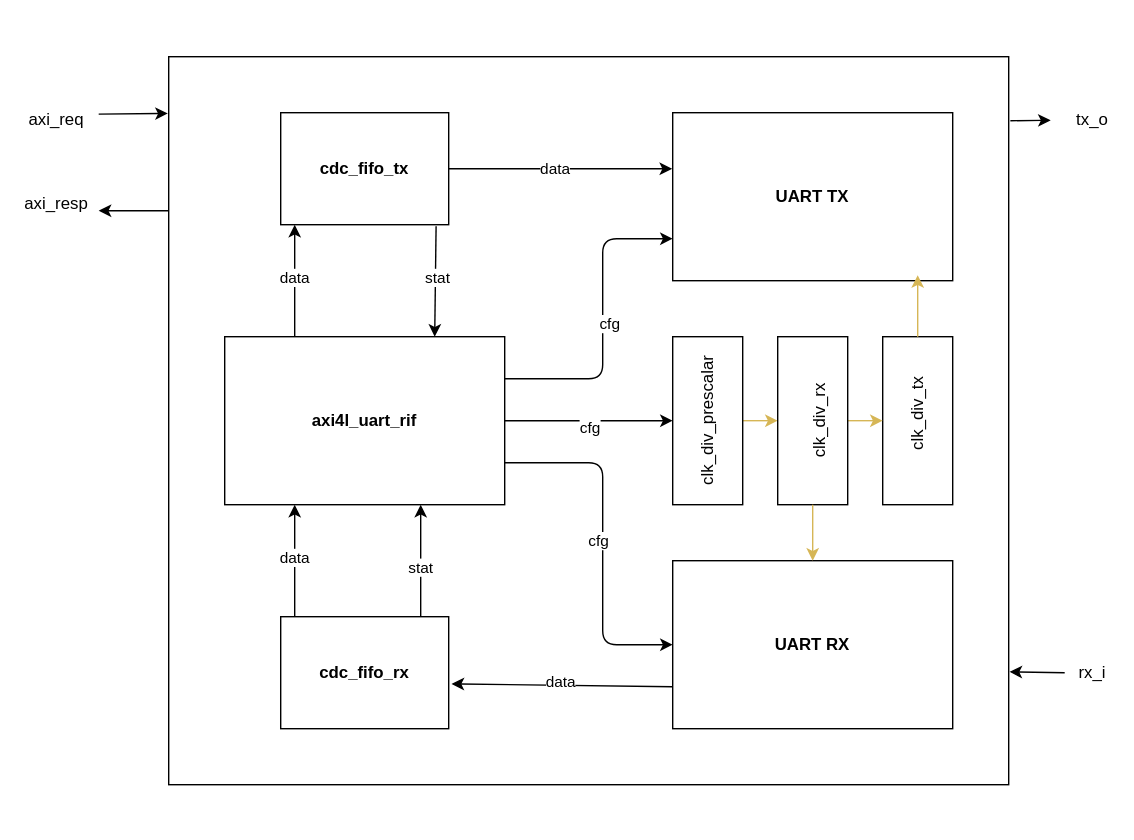
ADN-VLSI/SC-SoC keeps this draw.io diagram as document/uart_subsystem_topview.svg. Above is the earlier version. Source tidied: cells renumbered, new cells last; positions are measured from the earlier drawing's top-left corner, leaving out a move shared by most shapes.
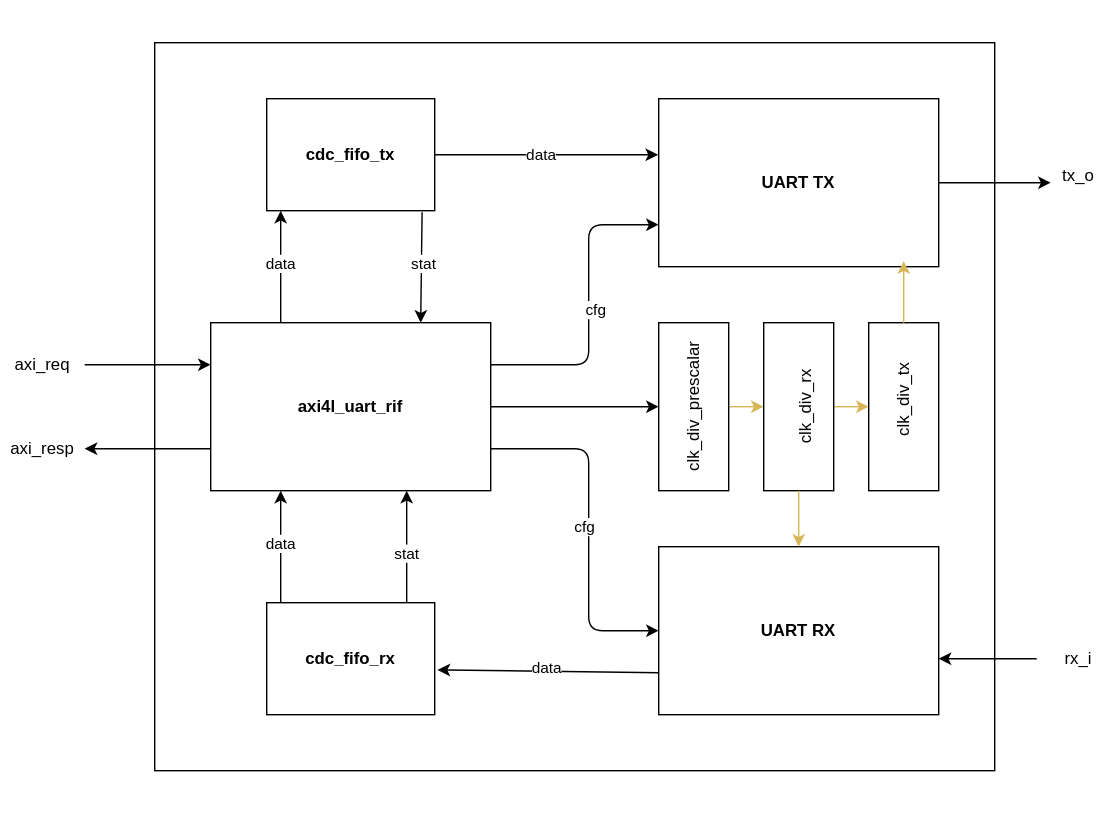
After the change.

Diff of the diagram source:
```diff
@@ -3,11 +3,14 @@
     <mxCell id="0" />
     <mxCell id="1" parent="0" />
     <mxCell id="2" style="rounded=0;whiteSpace=wrap;html=1;strokeColor=none;" parent="1" vertex="1">
-      <mxGeometry width="800" height="600" as="geometry" />
+      <mxGeometry x="10" y="10" width="800" height="600" as="geometry" />
     </mxCell>
     <mxCell id="3" style="rounded=0;whiteSpace=wrap;html=1;" parent="1" vertex="1">
       <mxGeometry x="120" y="40" width="600" height="520" as="geometry" />
     </mxCell>
+    <mxCell id="45" style="edgeStyle=none;html=1;exitX=0;exitY=0.75;exitDx=0;exitDy=0;entryX=1;entryY=0.5;entryDx=0;entryDy=0;" parent="1" edge="1" source="4" target="36">
+      <mxGeometry relative="1" as="geometry" />
+    </mxCell>
     <mxCell id="4" value="&lt;b&gt;axi4l_uart_rif&lt;/b&gt;" style="rounded=0;whiteSpace=wrap;html=1;" parent="1" vertex="1">
       <mxGeometry x="160" y="240" width="200" height="120" as="geometry" />
     </mxCell>
@@ -61,12 +64,6 @@
     <mxCell id="18" value="stat" style="edgeLabel;html=1;align=center;verticalAlign=middle;" parent="17" vertex="1">
       <mxGeometry x="-0.1" y="1" relative="1" as="geometry" />
     </mxCell>
-    <mxCell id="19" style="endArrow=classic;html=1;exitX=1;exitY=0.5;exitDx=0;exitDy=0;entryX=0;entryY=0.5;entryDx=0;entryDy=0;" parent="1" edge="1" source="4" target="10">
-      <mxGeometry relative="1" as="geometry" />
-    </mxCell>
-    <mxCell id="20" value="cfg" style="edgeLabel;html=1;align=center;verticalAlign=middle;" parent="19" vertex="1">
-      <mxGeometry y="-4" relative="1" as="geometry" />
-    </mxCell>
     <mxCell id="21" style="endArrow=classic;html=1;exitX=1;exitY=0.25;exitDx=0;exitDy=0;entryX=0;entryY=0.75;entryDx=0;entryDy=0;" parent="1" edge="1" source="4" target="6">
       <mxGeometry relative="1" as="geometry">
         <Array as="points">
@@ -114,34 +111,25 @@
     <mxCell id="32" style="endArrow=classic;html=1;exitX=0.5;exitY=1;exitDx=0;exitDy=0;entryX=0.5;entryY=0;entryDx=0;entryDy=0;fillColor=#fff2cc;strokeColor=#d6b656;" parent="1" edge="1" source="31" target="8">
       <mxGeometry relative="1" as="geometry" />
     </mxCell>
-    <mxCell id="33" style="endArrow=classic;html=1;entryX=-0.001;entryY=0.078;entryDx=0;entryDy=0;entryPerimeter=0;" parent="1" edge="1" target="3">
-      <mxGeometry relative="1" as="geometry">
-        <mxPoint x="70" y="81" as="sourcePoint" />
-      </mxGeometry>
-    </mxCell>
-    <mxCell id="34" style="endArrow=classic;html=1;" parent="1" edge="1">
-      <mxGeometry relative="1" as="geometry">
-        <mxPoint x="120" y="150" as="sourcePoint" />
-        <mxPoint x="70" y="150" as="targetPoint" />
-      </mxGeometry>
-    </mxCell>
+    <mxCell id="46" style="edgeStyle=none;html=1;entryX=0;entryY=0.25;entryDx=0;entryDy=0;" parent="1" edge="1" source="35" target="4">
+      <mxGeometry relative="1" as="geometry" />
+    </mxCell>
     <mxCell id="35" value="axi_req" style="text;html=1;align=center;verticalAlign=middle;whiteSpace=wrap;rounded=0;" parent="1" vertex="1">
-      <mxGeometry x="10" y="70" width="60" height="30" as="geometry" />
+      <mxGeometry x="10" y="255" width="60" height="30" as="geometry" />
     </mxCell>
     <mxCell id="36" value="axi_resp" style="text;html=1;align=center;verticalAlign=middle;whiteSpace=wrap;rounded=0;" parent="1" vertex="1">
-      <mxGeometry x="10" y="130" width="60" height="30" as="geometry" />
+      <mxGeometry x="10" y="315" width="60" height="30" as="geometry" />
     </mxCell>
     <mxCell id="37" value="tx_o" style="text;html=1;align=center;verticalAlign=middle;whiteSpace=wrap;rounded=0;" parent="1" vertex="1">
-      <mxGeometry x="750" y="70" width="60" height="30" as="geometry" />
+      <mxGeometry x="750" y="120" width="60" height="30" as="geometry" />
     </mxCell>
-    <mxCell id="38" style="endArrow=classic;html=1;exitX=1.002;exitY=0.088;exitDx=0;exitDy=0;exitPerimeter=0;" parent="1" edge="1" source="3" target="37">
-      <mxGeometry relative="1" as="geometry" />
-    </mxCell>
-    <mxCell id="39" style="endArrow=classic;html=1;entryX=1.001;entryY=0.845;entryDx=0;entryDy=0;entryPerimeter=0;" parent="1" edge="1" target="3">
-      <mxGeometry relative="1" as="geometry">
-        <mxPoint x="760" y="480" as="sourcePoint" />
-      </mxGeometry>
-    </mxCell>
+    <mxCell id="47" style="edgeStyle=none;html=1;" parent="1" edge="1" source="40" target="8">
+      <mxGeometry relative="1" as="geometry">
+        <Array as="points">
+          <mxPoint x="680" y="480" />
+        </Array>
+      </mxGeometry>
+    </mxCell>
     <mxCell id="40" value="rx_i" style="text;html=1;align=center;verticalAlign=middle;whiteSpace=wrap;rounded=0;" parent="1" vertex="1">
       <mxGeometry x="750" y="465" width="60" height="30" as="geometry" />
     </mxCell>
@@ -157,5 +145,11 @@
     <mxCell id="44" style="endArrow=classic;html=1;exitX=0.5;exitY=0;exitDx=0;exitDy=0;entryX=0.875;entryY=0.967;entryDx=0;entryDy=0;entryPerimeter=0;fillColor=#fff2cc;strokeColor=#d6b656;" parent="1" edge="1" source="29" target="6">
       <mxGeometry relative="1" as="geometry" />
     </mxCell>
+    <mxCell id="48" style="edgeStyle=none;html=1;entryX=0.167;entryY=0.667;entryDx=0;entryDy=0;entryPerimeter=0;" parent="1" edge="1" source="6" target="37">
+      <mxGeometry relative="1" as="geometry" />
+    </mxCell>
+    <mxCell id="19" style="endArrow=classic;html=1;exitX=1;exitY=0.5;exitDx=0;exitDy=0;entryX=0;entryY=0.5;entryDx=0;entryDy=0;" parent="1" edge="1" source="4" target="10">
+      <mxGeometry relative="1" as="geometry" />
+    </mxCell>
   </root>
 </mxGraphModel>
```
